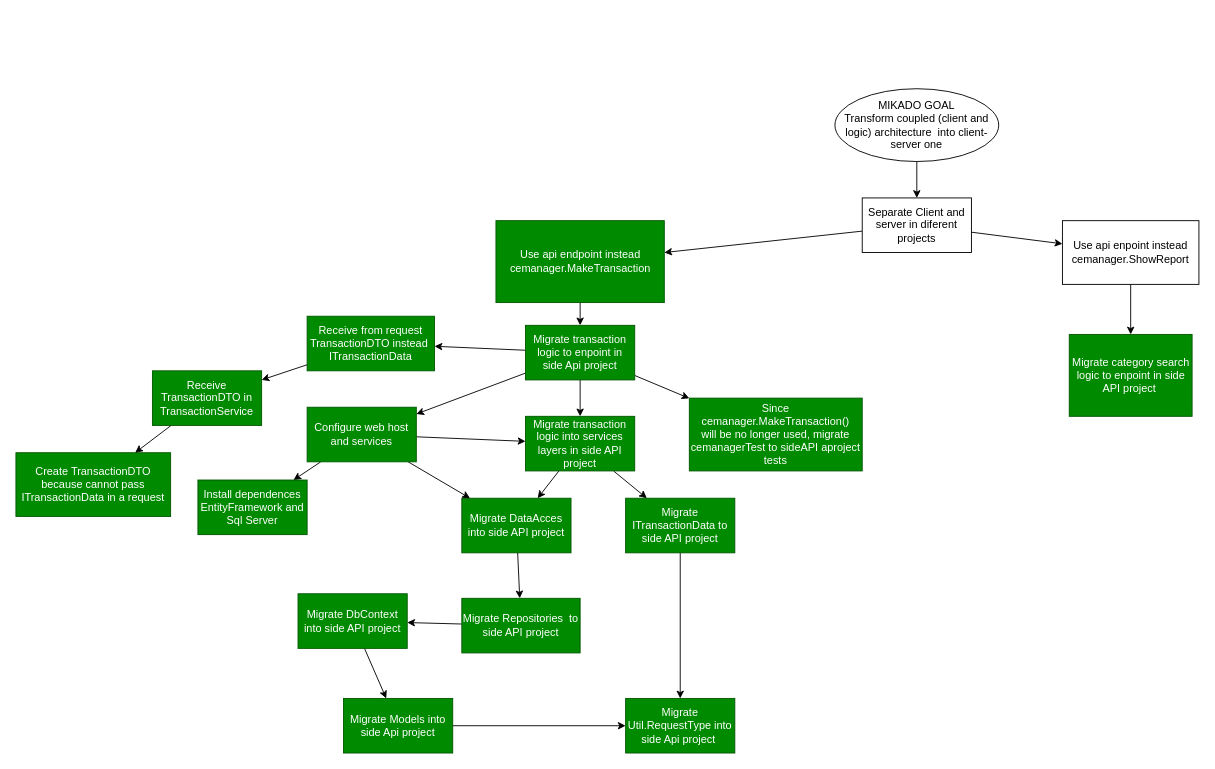
Earlier version of the draw.io diagram Docs/Diagrams/refactor_to_client-server(MikadoGraph).drawio (Camilo716/Customized-Expense-Manager). Source tidied: cells renumbered, new cells numbered last; positions are measured from the earlier drawing's top-left corner, leaving out a move shared by most shapes. Both pictures are drawn from the tidied source at 91%, with x=0, y=0 at pixel (15, 88).
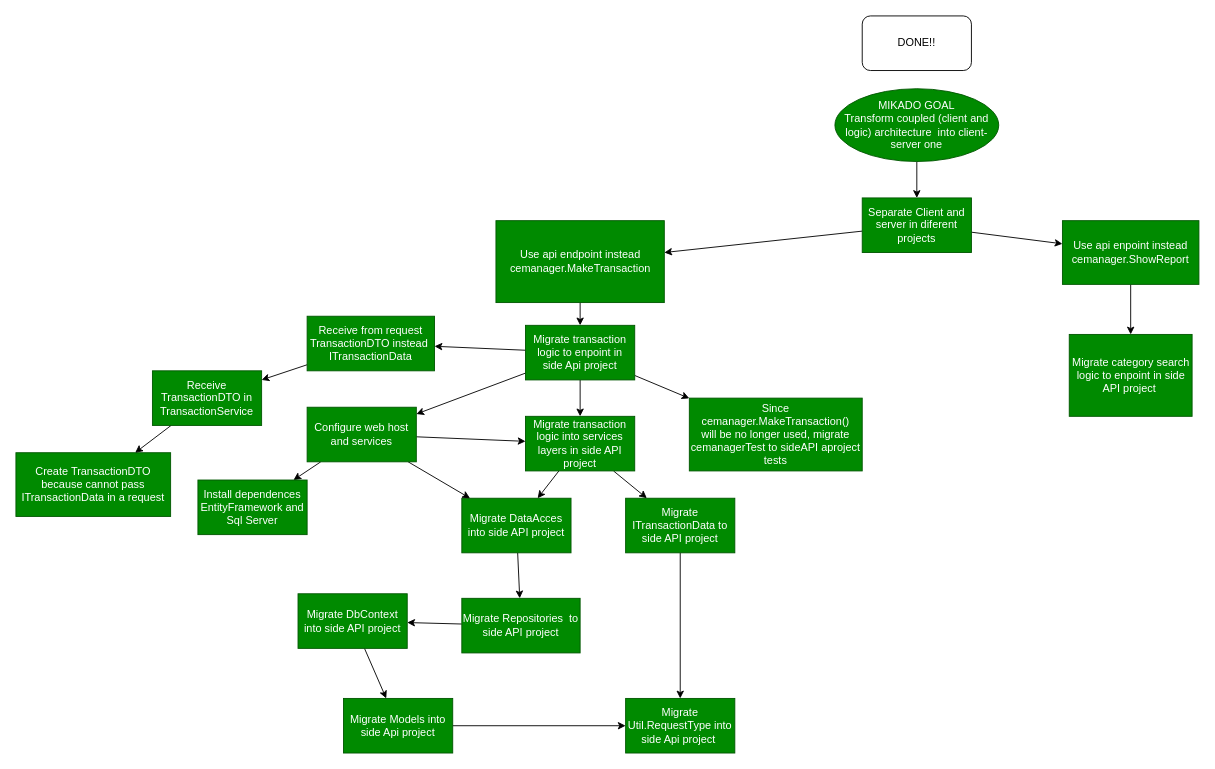
The same diagram, later.

Commit message (it also covers changes not shown here):
Use api enpoint instead cemanager.ShowReport

The edit, as a diff of the source:
```diff
@@
-    <mxCell id="3" value="MIKADO GOAL&lt;br&gt;Transform coupled (client and logic) architecture&amp;nbsp; into client-server one" style="ellipse;whiteSpace=wrap;html=1;" parent="1" vertex="1">
+    <mxCell id="3" value="MIKADO GOAL&lt;br&gt;Transform coupled (client and logic) architecture&amp;nbsp; into client-server one" style="ellipse;whiteSpace=wrap;html=1;fillColor=#008a00;fontColor=#ffffff;strokeColor=#005700;" parent="1" vertex="1">
       <mxGeometry x="900" width="180" height="80" as="geometry" />
     </mxCell>
@@
-    <mxCell id="16" value="Separate Client and server in diferent projects" style="whiteSpace=wrap;html=1;" parent="1" vertex="1">
+    <mxCell id="16" value="Separate Client and server in diferent projects" style="whiteSpace=wrap;html=1;fillColor=#008a00;fontColor=#ffffff;strokeColor=#005700;" parent="1" vertex="1">
       <mxGeometry x="930" y="120" width="120" height="60" as="geometry" />
     </mxCell>
@@
-    <mxCell id="35" value="Use api enpoint instead cemanager.ShowReport" style="whiteSpace=wrap;html=1;" parent="1" vertex="1">
+    <mxCell id="35" value="Use api enpoint instead cemanager.ShowReport" style="whiteSpace=wrap;html=1;fillColor=#008a00;fontColor=#ffffff;strokeColor=#005700;" parent="1" vertex="1">
       <mxGeometry x="1150" y="145" width="150" height="70" as="geometry" />
     </mxCell>
@@
+    <mxCell id="42" value="DONE!!" style="rounded=1;whiteSpace=wrap;html=1;" parent="1" vertex="1">
+      <mxGeometry x="930" y="-80" width="120" height="60" as="geometry" />
+    </mxCell>
```
